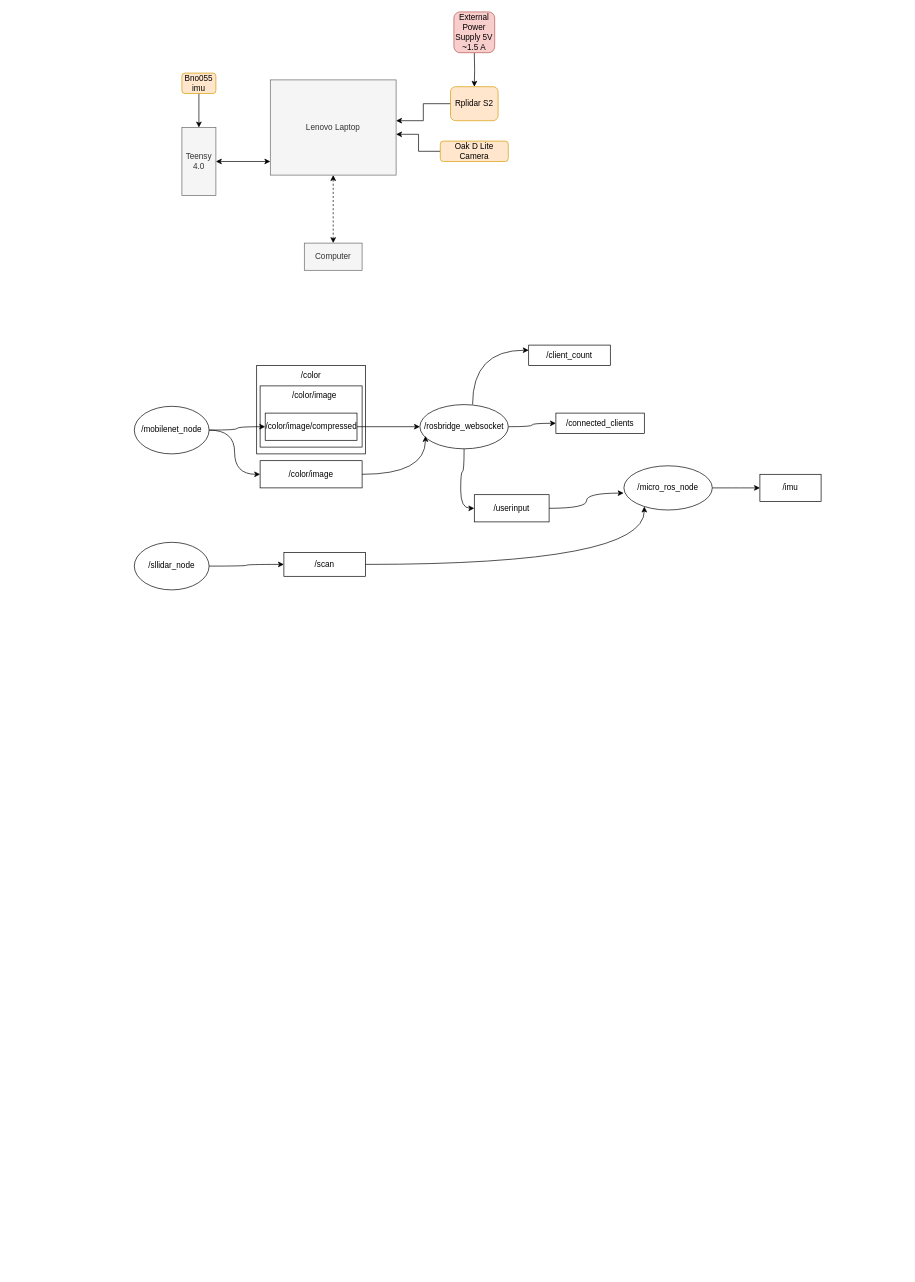
Earlier version of the draw.io diagram rotation_node/Physicalsetup.drawio (mekuro9/PWAO-CSU). Source tidied: cells renumbered, new cells numbered last; positions are measured from the earlier drawing's top-left corner, leaving out a move shared by most shapes. Both pictures are drawn from the tidied source at 68%, with x=0, y=0 at pixel (134, 12).
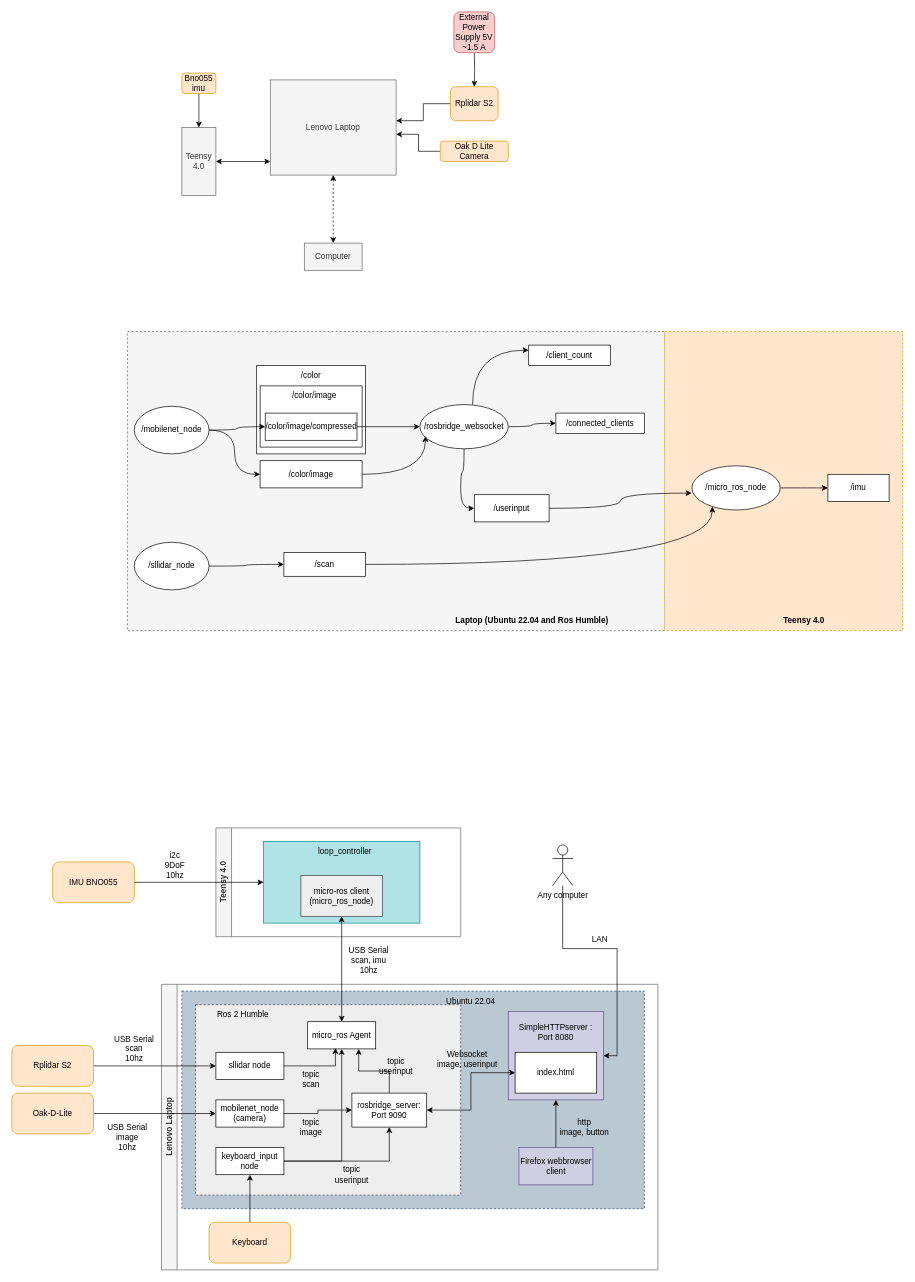
After the change.

Change to the diagram source:
```diff
@@
+    <mxCell id="41" style="rounded=0;whiteSpace=wrap;html=1;dashed=1;fillColor=#f5f5f5;strokeColor=#666666;fontColor=#333333;" parent="1" vertex="1">
+      <mxGeometry x="-10" y="470" width="790" height="440" as="geometry" />
+    </mxCell>
+    <mxCell id="42" style="rounded=0;whiteSpace=wrap;html=1;dashed=1;fillColor=#ffe6cc;strokeColor=#d79b00;" parent="1" vertex="1">
+      <mxGeometry x="780" y="470" width="350" height="440" as="geometry" />
+    </mxCell>
@@
     <mxCell id="36" value="/micro_ros_node" style="ellipse;whiteSpace=wrap;html=1;" parent="1" vertex="1">
-      <mxGeometry x="720" y="667.5" width="130" height="65" as="geometry" />
+      <mxGeometry x="820" y="667.5" width="130" height="65" as="geometry" />
     </mxCell>
     <mxCell id="37" value="/imu" style="rounded=0;whiteSpace=wrap;html=1;" parent="1" vertex="1">
-      <mxGeometry x="920" y="680" width="90" height="40" as="geometry" />
+      <mxGeometry x="1020" y="680" width="90" height="40" as="geometry" />
     </mxCell>
@@
+    <mxCell id="43" value="&lt;b&gt;Laptop (Ubuntu 22.04 and Ros Humble)&lt;/b&gt;" style="text;html=1;align=center;verticalAlign=middle;whiteSpace=wrap;rounded=0;" parent="1" vertex="1">
+      <mxGeometry x="470" y="880" width="230" height="30" as="geometry" />
+    </mxCell>
+    <mxCell id="44" value="&lt;b&gt;Teensy 4.0&lt;br&gt;&lt;/b&gt;" style="text;html=1;align=center;verticalAlign=middle;whiteSpace=wrap;rounded=0;" parent="1" vertex="1">
+      <mxGeometry x="870" y="880" width="230" height="30" as="geometry" />
+    </mxCell>
+    <mxCell id="45" value="Lenovo Laptop" style="swimlane;horizontal=0;whiteSpace=wrap;html=1;fillColor=#f5f5f5;fontColor=#333333;strokeColor=#666666;" parent="1" vertex="1">
+      <mxGeometry x="40" y="1430" width="730" height="420" as="geometry" />
+    </mxCell>
+    <mxCell id="46" style="rounded=0;whiteSpace=wrap;html=1;dashed=1;fillColor=#bac8d3;strokeColor=#23445d;" parent="45" vertex="1">
+      <mxGeometry x="30" y="10" width="680" height="320" as="geometry" />
+    </mxCell>
+    <mxCell id="47" style="rounded=0;whiteSpace=wrap;html=1;dashed=1;fillColor=#eeeeee;strokeColor=#36393d;" parent="45" vertex="1">
+      <mxGeometry x="50" y="30" width="390" height="280" as="geometry" />
+    </mxCell>
+    <mxCell id="48" value="Ubuntu 22.04" style="text;html=1;align=center;verticalAlign=middle;whiteSpace=wrap;rounded=0;" parent="45" vertex="1">
+      <mxGeometry x="390" y="10" width="130" height="30" as="geometry" />
+    </mxCell>
+    <mxCell id="49" value="Ros 2 Humble" style="text;html=1;align=center;verticalAlign=middle;whiteSpace=wrap;rounded=0;" parent="45" vertex="1">
+      <mxGeometry x="60" y="30" width="120" height="30" as="geometry" />
+    </mxCell>
+    <mxCell id="50" style="rounded=0;whiteSpace=wrap;html=1;fillColor=#d0cee2;strokeColor=#56517e;" parent="45" vertex="1">
+      <mxGeometry x="510" y="40" width="140" height="130" as="geometry" />
+    </mxCell>
+    <mxCell id="51" value="index.html" style="rounded=0;whiteSpace=wrap;html=1;" parent="45" vertex="1">
+      <mxGeometry x="520" y="100" width="120" height="60" as="geometry" />
+    </mxCell>
+    <mxCell id="52" value="sllidar node" style="rounded=0;whiteSpace=wrap;html=1;" parent="45" vertex="1">
+      <mxGeometry x="80" y="100" width="100" height="40" as="geometry" />
+    </mxCell>
+    <mxCell id="53" style="edgeStyle=orthogonalEdgeStyle;rounded=0;jettySize=auto;html=1;entryX=0;entryY=0.5;entryDx=0;entryDy=0;" parent="45" edge="1" source="54" target="60">
+      <mxGeometry relative="1" as="geometry" />
+    </mxCell>
+    <mxCell id="54" value="mobilenet_node (camera)" style="rounded=0;whiteSpace=wrap;html=1;" parent="45" vertex="1">
+      <mxGeometry x="80" y="170" width="100" height="40" as="geometry" />
+    </mxCell>
+    <mxCell id="55" style="edgeStyle=orthogonalEdgeStyle;rounded=0;jettySize=auto;html=1;" parent="45" edge="1" source="57" target="60">
+      <mxGeometry relative="1" as="geometry" />
+    </mxCell>
+    <mxCell id="56" style="edgeStyle=orthogonalEdgeStyle;rounded=0;jettySize=auto;html=1;exitX=1;exitY=0.5;exitDx=0;exitDy=0;entryX=0.5;entryY=1;entryDx=0;entryDy=0;" parent="45" edge="1" source="57" target="66">
+      <mxGeometry relative="1" as="geometry" />
+    </mxCell>
+    <mxCell id="57" value="keyboard_input node" style="rounded=0;whiteSpace=wrap;html=1;" parent="45" vertex="1">
+      <mxGeometry x="80" y="240" width="100" height="40" as="geometry" />
+    </mxCell>
+    <mxCell id="58" style="edgeStyle=orthogonalEdgeStyle;rounded=0;jettySize=auto;html=1;startArrow=classic;startFill=1;" parent="45" edge="1" source="60" target="51">
+      <mxGeometry relative="1" as="geometry" />
+    </mxCell>
+    <mxCell id="59" style="edgeStyle=orthogonalEdgeStyle;rounded=0;jettySize=auto;html=1;entryX=0.75;entryY=1;entryDx=0;entryDy=0;" parent="45" edge="1" source="60" target="66">
+      <mxGeometry relative="1" as="geometry" />
+    </mxCell>
+    <mxCell id="60" value="rosbridge_server: Port 9090" style="rounded=0;whiteSpace=wrap;html=1;" parent="45" vertex="1">
+      <mxGeometry x="280" y="160" width="110" height="50" as="geometry" />
+    </mxCell>
+    <mxCell id="61" value="SimpleHTTPserver : Port 8080" style="text;html=1;align=center;verticalAlign=middle;whiteSpace=wrap;rounded=0;" parent="45" vertex="1">
+      <mxGeometry x="520" y="50" width="120" height="40" as="geometry" />
+    </mxCell>
+    <mxCell id="62" style="edgeStyle=orthogonalEdgeStyle;rounded=0;jettySize=auto;html=1;startArrow=none;startFill=0;" parent="45" edge="1" source="63" target="50">
+      <mxGeometry relative="1" as="geometry" />
+    </mxCell>
+    <mxCell id="63" value="Firefox webbrowser client" style="rounded=0;whiteSpace=wrap;html=1;fillColor=#d0cee2;strokeColor=#56517e;" parent="45" vertex="1">
+      <mxGeometry x="525.6" y="240" width="108.8" height="55" as="geometry" />
+    </mxCell>
+    <mxCell id="64" style="edgeStyle=orthogonalEdgeStyle;rounded=0;jettySize=auto;html=1;" parent="45" edge="1" source="65" target="57">
+      <mxGeometry relative="1" as="geometry" />
+    </mxCell>
+    <mxCell id="65" value="Keyboard" style="rounded=1;whiteSpace=wrap;html=1;fillColor=#ffe6cc;strokeColor=#d79b00;" parent="45" vertex="1">
+      <mxGeometry x="70" y="350" width="120" height="60" as="geometry" />
+    </mxCell>
+    <mxCell id="66" value="micro_ros Agent" style="rounded=0;whiteSpace=wrap;html=1;" parent="45" vertex="1">
+      <mxGeometry x="215" y="55" width="100" height="40" as="geometry" />
+    </mxCell>
+    <mxCell id="67" style="edgeStyle=orthogonalEdgeStyle;rounded=0;jettySize=auto;html=1;entryX=0.408;entryY=0.97;entryDx=0;entryDy=0;entryPerimeter=0;" parent="45" edge="1" source="52" target="66">
+      <mxGeometry relative="1" as="geometry" />
+    </mxCell>
+    <mxCell id="68" value="&lt;div&gt;Websocket&lt;/div&gt;&lt;div&gt;image, userinput&lt;br&gt;&lt;/div&gt;" style="text;html=1;align=center;verticalAlign=middle;whiteSpace=wrap;rounded=0;" parent="45" vertex="1">
+      <mxGeometry x="400" y="95" width="100" height="30" as="geometry" />
+    </mxCell>
+    <mxCell id="69" value="&lt;div&gt;topic&lt;/div&gt;&lt;div&gt;userinput&lt;/div&gt;" style="text;html=1;align=center;verticalAlign=middle;whiteSpace=wrap;rounded=0;" parent="45" vertex="1">
+      <mxGeometry x="250" y="265" width="60" height="30" as="geometry" />
+    </mxCell>
+    <mxCell id="70" value="&lt;div&gt;topic&lt;/div&gt;&lt;div&gt;userinput&lt;/div&gt;" style="text;html=1;align=center;verticalAlign=middle;whiteSpace=wrap;rounded=0;" parent="45" vertex="1">
+      <mxGeometry x="315" y="105" width="60" height="30" as="geometry" />
+    </mxCell>
+    <mxCell id="71" value="&lt;div&gt;topic&lt;/div&gt;&lt;div&gt;image&lt;br&gt;&lt;/div&gt;" style="text;html=1;align=center;verticalAlign=middle;whiteSpace=wrap;rounded=0;" parent="45" vertex="1">
+      <mxGeometry x="190" y="195" width="60" height="30" as="geometry" />
+    </mxCell>
+    <mxCell id="72" value="&lt;div&gt;topic&lt;/div&gt;&lt;div&gt;scan&lt;br&gt;&lt;/div&gt;" style="text;html=1;align=center;verticalAlign=middle;whiteSpace=wrap;rounded=0;" parent="45" vertex="1">
+      <mxGeometry x="190" y="125" width="60" height="30" as="geometry" />
+    </mxCell>
+    <mxCell id="73" value="&lt;div&gt;http&lt;/div&gt;&lt;div&gt;image, button&lt;br&gt;&lt;/div&gt;" style="text;html=1;align=center;verticalAlign=middle;whiteSpace=wrap;rounded=0;" parent="45" vertex="1">
+      <mxGeometry x="574.4" y="195" width="95.6" height="30" as="geometry" />
+    </mxCell>
+    <mxCell id="74" value="Teensy 4.0" style="swimlane;horizontal=0;whiteSpace=wrap;html=1;fillColor=#f5f5f5;fontColor=#333333;strokeColor=#666666;" parent="1" vertex="1">
+      <mxGeometry x="120" y="1200" width="360" height="160" as="geometry" />
+    </mxCell>
+    <mxCell id="75" style="rounded=0;whiteSpace=wrap;html=1;fillColor=#b0e3e6;strokeColor=#0e8088;" parent="74" vertex="1">
+      <mxGeometry x="70" y="20" width="230" height="120" as="geometry" />
+    </mxCell>
+    <mxCell id="76" value="micro-ros client (micro_ros_node)" style="rounded=0;whiteSpace=wrap;html=1;fillColor=#eeeeee;strokeColor=#36393d;" parent="74" vertex="1">
+      <mxGeometry x="125" y="70" width="120" height="60" as="geometry" />
+    </mxCell>
+    <mxCell id="77" value="loop_controller" style="text;html=1;align=center;verticalAlign=middle;whiteSpace=wrap;rounded=0;" parent="74" vertex="1">
+      <mxGeometry x="120" y="20" width="140" height="30" as="geometry" />
+    </mxCell>
+    <mxCell id="78" style="edgeStyle=orthogonalEdgeStyle;rounded=0;jettySize=auto;html=1;entryX=0;entryY=0.5;entryDx=0;entryDy=0;" parent="1" edge="1" source="79" target="75">
+      <mxGeometry relative="1" as="geometry" />
+    </mxCell>
+    <mxCell id="79" value="IMU BNO055" style="rounded=1;whiteSpace=wrap;html=1;fillColor=#ffe6cc;strokeColor=#d79b00;" parent="1" vertex="1">
+      <mxGeometry x="-120" y="1250" width="120" height="60" as="geometry" />
+    </mxCell>
+    <mxCell id="80" style="edgeStyle=orthogonalEdgeStyle;rounded=0;jettySize=auto;html=1;" parent="1" edge="1" source="81" target="54">
+      <mxGeometry relative="1" as="geometry" />
+    </mxCell>
+    <mxCell id="81" value="Oak-D-Lite" style="rounded=1;whiteSpace=wrap;html=1;fillColor=#ffe6cc;strokeColor=#d79b00;" parent="1" vertex="1">
+      <mxGeometry x="-180" y="1590" width="120" height="60" as="geometry" />
+    </mxCell>
+    <mxCell id="82" style="edgeStyle=orthogonalEdgeStyle;rounded=0;jettySize=auto;html=1;" parent="1" edge="1" source="83" target="52">
+      <mxGeometry relative="1" as="geometry" />
+    </mxCell>
+    <mxCell id="83" value="Rplidar S2" style="rounded=1;whiteSpace=wrap;html=1;fillColor=#ffe6cc;strokeColor=#d79b00;" parent="1" vertex="1">
+      <mxGeometry x="-180" y="1520" width="120" height="60" as="geometry" />
+    </mxCell>
+    <mxCell id="84" style="edgeStyle=orthogonalEdgeStyle;rounded=0;jettySize=auto;html=1;entryX=0.5;entryY=0;entryDx=0;entryDy=0;startArrow=classic;startFill=1;" parent="1" edge="1" source="76" target="66">
+      <mxGeometry relative="1" as="geometry" />
+    </mxCell>
+    <mxCell id="85" style="edgeStyle=orthogonalEdgeStyle;rounded=0;jettySize=auto;html=1;entryX=1;entryY=0.5;entryDx=0;entryDy=0;" parent="1" edge="1" source="86" target="50">
+      <mxGeometry relative="1" as="geometry" />
+    </mxCell>
+    <mxCell id="86" value="Any computer" style="shape=umlActor;verticalLabelPosition=bottom;verticalAlign=top;html=1;outlineConnect=0;" parent="1" vertex="1">
+      <mxGeometry x="615" y="1225" width="30" height="60" as="geometry" />
+    </mxCell>
+    <mxCell id="87" value="&lt;div&gt;i2c&lt;/div&gt;&lt;div&gt;9DoF&lt;/div&gt;&lt;div&gt;10hz&lt;br&gt;&lt;/div&gt;" style="text;html=1;align=center;verticalAlign=middle;whiteSpace=wrap;rounded=0;" parent="1" vertex="1">
+      <mxGeometry x="30" y="1240" width="60" height="30" as="geometry" />
+    </mxCell>
+    <mxCell id="88" value="&lt;div&gt;USB Serial&lt;/div&gt;&lt;div&gt;scan&lt;/div&gt;&lt;div&gt;10hz&lt;br&gt;&lt;/div&gt;" style="text;html=1;align=center;verticalAlign=middle;whiteSpace=wrap;rounded=0;" parent="1" vertex="1">
+      <mxGeometry x="-40" y="1510" width="80" height="30" as="geometry" />
+    </mxCell>
+    <mxCell id="89" value="&lt;div&gt;USB Serial&lt;/div&gt;&lt;div&gt;image&lt;br&gt;&lt;/div&gt;&lt;div&gt;10hz&lt;br&gt;&lt;/div&gt;" style="text;html=1;align=center;verticalAlign=middle;whiteSpace=wrap;rounded=0;" parent="1" vertex="1">
+      <mxGeometry x="-50" y="1640" width="80" height="30" as="geometry" />
+    </mxCell>
+    <mxCell id="90" value="&lt;div&gt;USB Serial&lt;/div&gt;&lt;div&gt;scan, imu&lt;br&gt;&lt;/div&gt;&lt;div&gt;10hz&lt;br&gt;&lt;/div&gt;" style="text;html=1;align=center;verticalAlign=middle;whiteSpace=wrap;rounded=0;" parent="1" vertex="1">
+      <mxGeometry x="305" y="1380" width="80" height="30" as="geometry" />
+    </mxCell>
+    <mxCell id="91" value="&lt;div&gt;LAN&lt;br&gt;&lt;/div&gt;" style="text;html=1;align=center;verticalAlign=middle;whiteSpace=wrap;rounded=0;" parent="1" vertex="1">
+      <mxGeometry x="645" y="1350" width="80" height="30" as="geometry" />
+    </mxCell>
```
